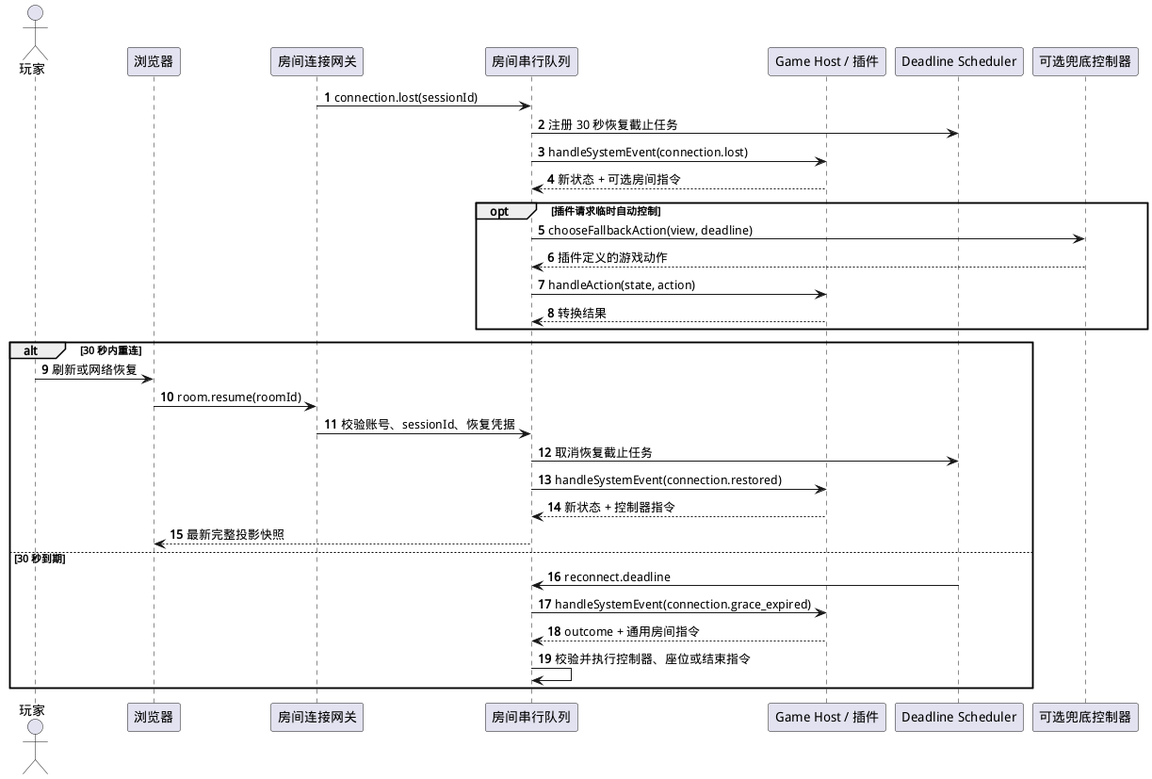
Before: docs/images/architecture-fig03.png, a diagram exported from PlantUML (huzife/tabletop).
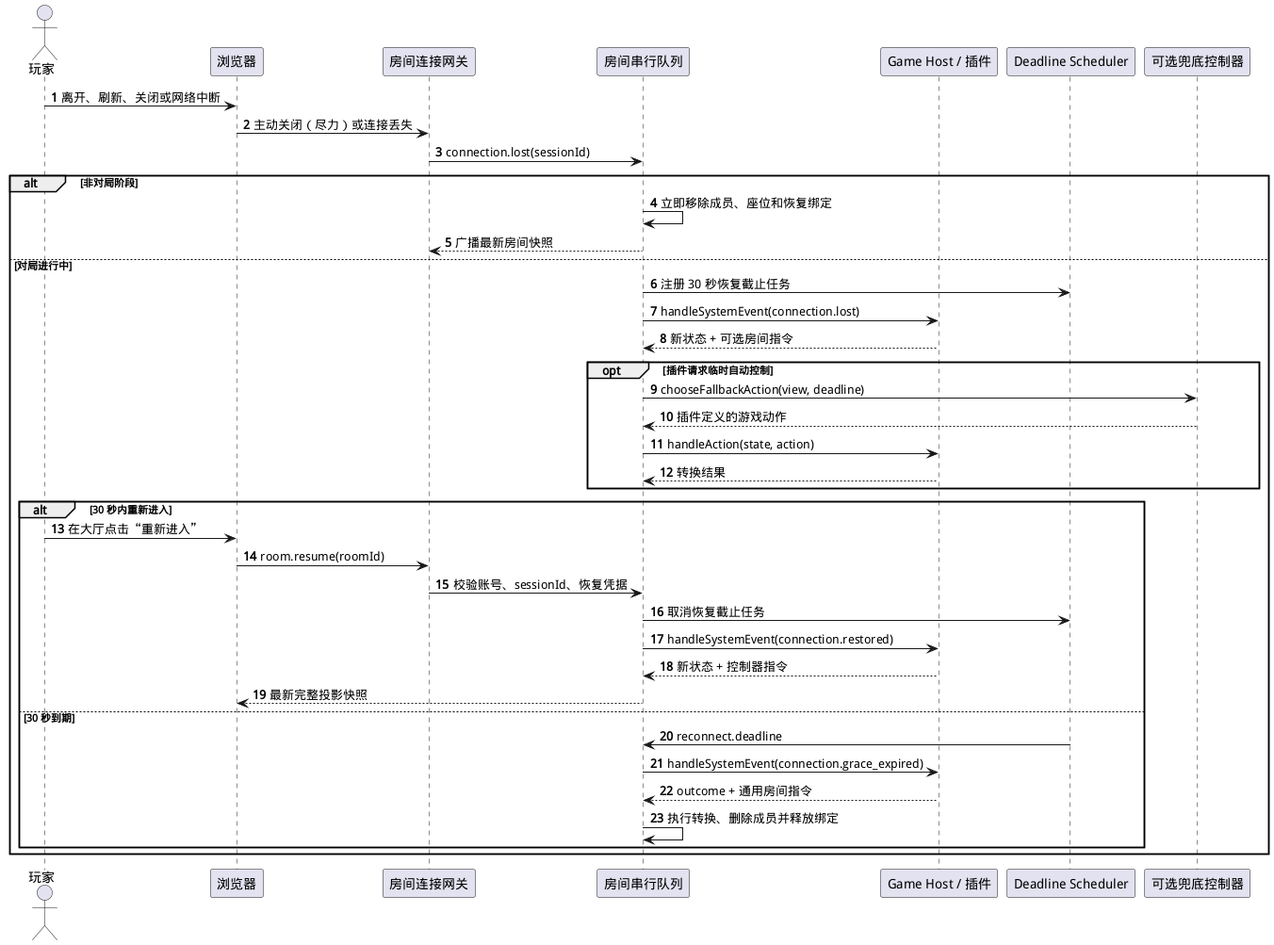
Later version of the same file.

The edit, as a diff of the source:
```diff
@@ -12,30 +12,38 @@
 participant "Deadline Scheduler" as Scheduler
 participant "可选兜底控制器" as Fallback
 
+玩家 -> 浏览器 : 离开、刷新、关闭或网络中断
+浏览器 -> Gateway : 主动关闭（尽力）或连接丢失
 Gateway -> Queue : connection.lost(sessionId)
-Queue -> Scheduler : 注册 30 秒恢复截止任务
-Queue -> Host : handleSystemEvent(connection.lost)
-Host --> Queue : 新状态 + 可选房间指令
 
-opt 插件请求临时自动控制
-  Queue -> Fallback : chooseFallbackAction(view, deadline)
-  Fallback --> Queue : 插件定义的游戏动作
-  Queue -> Host : handleAction(state, action)
-  Host --> Queue : 转换结果
-end
+alt 非对局阶段
+  Queue -> Queue : 立即移除成员、座位和恢复绑定
+  Queue --> Gateway : 广播最新房间快照
+else 对局进行中
+  Queue -> Scheduler : 注册 30 秒恢复截止任务
+  Queue -> Host : handleSystemEvent(connection.lost)
+  Host --> Queue : 新状态 + 可选房间指令
 
-alt 30 秒内重连
-  玩家 -> 浏览器 : 刷新或网络恢复
-  浏览器 -> Gateway : room.resume(roomId)
-  Gateway -> Queue : 校验账号、sessionId、恢复凭据
-  Queue -> Scheduler : 取消恢复截止任务
-  Queue -> Host : handleSystemEvent(connection.restored)
-  Host --> Queue : 新状态 + 控制器指令
-  Queue --> 浏览器 : 最新完整投影快照
-else 30 秒到期
-  Scheduler -> Queue : reconnect.deadline
-  Queue -> Host : handleSystemEvent(connection.grace_expired)
-  Host --> Queue : outcome + 通用房间指令
-  Queue -> Queue : 校验并执行控制器、座位或结束指令
+  opt 插件请求临时自动控制
+    Queue -> Fallback : chooseFallbackAction(view, deadline)
+    Fallback --> Queue : 插件定义的游戏动作
+    Queue -> Host : handleAction(state, action)
+    Host --> Queue : 转换结果
+  end
+
+  alt 30 秒内重新进入
+    玩家 -> 浏览器 : 在大厅点击“重新进入”
+    浏览器 -> Gateway : room.resume(roomId)
+    Gateway -> Queue : 校验账号、sessionId、恢复凭据
+    Queue -> Scheduler : 取消恢复截止任务
+    Queue -> Host : handleSystemEvent(connection.restored)
+    Host --> Queue : 新状态 + 控制器指令
+    Queue --> 浏览器 : 最新完整投影快照
+  else 30 秒到期
+    Scheduler -> Queue : reconnect.deadline
+    Queue -> Host : handleSystemEvent(connection.grace_expired)
+    Host --> Queue : outcome + 通用房间指令
+    Queue -> Queue : 执行转换、删除成员并释放绑定
+  end
 end
 @enduml
```
